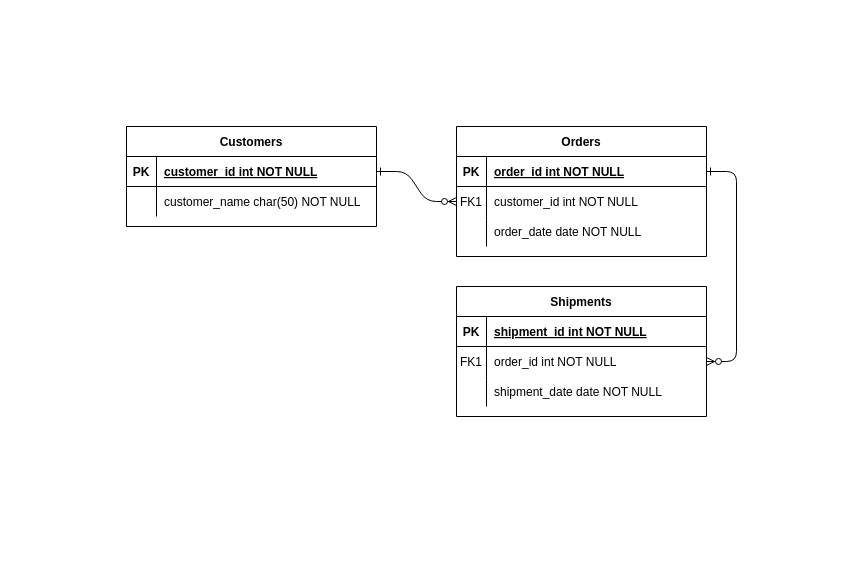
Above: MusicStore.drawio in romiraxp/DBCreation (draw.io), before the change. Source tidied: cells renumbered, new cells numbered last; positions are measured from the earlier drawing's top-left corner, leaving out a move shared by most shapes. Both pictures are drawn from the tidied source at 100%, with x=0, y=0 at pixel (126, 126).
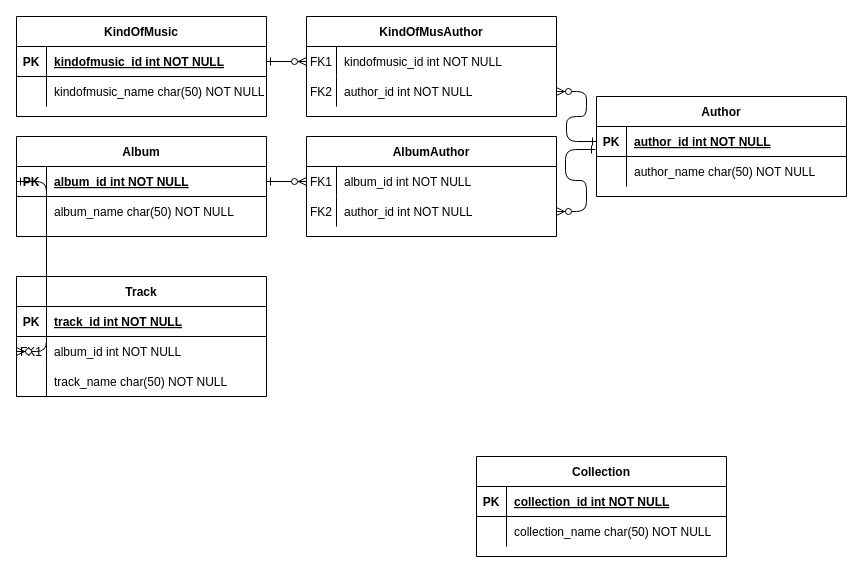
The same page after the edit.

Unchanged cells that the change refers to:
```xml
<mxCell id="5" style="shape=partialRectangle;fillColor=none;points=[[0,0.5],[1,0.5]];portConstraint=eastwest;top=0;left=0;right=0;bottom=1;" parent="4" vertex="1">
  <mxGeometry y="30" width="250" height="30" as="geometry" />
</mxCell>
<mxCell id="8" style="shape=partialRectangle;fillColor=none;points=[[0,0.5],[1,0.5]];portConstraint=eastwest;top=0;left=0;right=0;bottom=0;" parent="4" vertex="1">
  <mxGeometry y="60" width="250" height="30" as="geometry" />
</mxCell>
<mxCell id="15" style="shape=partialRectangle;fillColor=none;top=0;left=0;right=0;bottom=1;" parent="14" vertex="1">
  <mxGeometry y="30" width="250" height="30" as="geometry" />
</mxCell>
<mxCell id="18" style="shape=partialRectangle;fillColor=none;points=[[0,0.5],[1,0.5]];portConstraint=eastwest;top=0;left=0;right=0;bottom=0;" parent="14" vertex="1">
  <mxGeometry y="60" width="250" height="30" as="geometry" />
</mxCell>
<mxCell id="25" style="shape=partialRectangle;fillColor=none;points=[[0,0.5],[1,0.5]];portConstraint=eastwest;top=0;left=0;right=0;bottom=1;" parent="24" vertex="1">
  <mxGeometry y="30" width="250" height="30" as="geometry" />
</mxCell>
<mxCell id="28" style="shape=partialRectangle;fillColor=none;top=0;left=0;right=0;bottom=0;" parent="24" vertex="1">
  <mxGeometry y="60" width="250" height="30" as="geometry" />
</mxCell>
```

Change to the diagram source:
```diff
@@
-    <mxCell id="2" style="edgeStyle=entityRelationEdgeStyle;endArrow=ERzeroToMany;startArrow=ERone;endFill=1;startFill=0;" parent="1" edge="1" source="25" target="8">
-      <mxGeometry relative="1" as="geometry" />
-    </mxCell>
-    <mxCell id="3" style="edgeStyle=entityRelationEdgeStyle;endArrow=ERzeroToMany;startArrow=ERone;endFill=1;startFill=0;" parent="1" edge="1" source="5" target="18">
-      <mxGeometry relative="1" as="geometry" />
-    </mxCell>
-    <mxCell id="4" value="Orders" style="shape=table;startSize=30;childLayout=tableLayout;rowLines=0;fontStyle=1;align=center;" parent="1" vertex="1">
-      <mxGeometry x="330" width="250" height="130" as="geometry" />
+    <mxCell id="4" value="Album" style="shape=table;startSize=30;childLayout=tableLayout;rowLines=0;fontStyle=1;align=center;" parent="1" vertex="1">
+      <mxGeometry x="-110" y="10" width="250" height="100" as="geometry" />
     </mxCell>
@@
-    <mxCell id="7" value="order_id int NOT NULL " style="shape=partialRectangle;overflow=hidden;fillColor=none;top=0;left=0;bottom=0;right=0;align=left;spacingLeft=6;fontStyle=5;" parent="5" vertex="1">
+    <mxCell id="7" value="album_id int NOT NULL " style="shape=partialRectangle;overflow=hidden;fillColor=none;top=0;left=0;bottom=0;right=0;align=left;spacingLeft=6;fontStyle=5;" parent="5" vertex="1">
       <mxGeometry x="30" width="220" height="30" as="geometry" />
     </mxCell>
@@
-    <mxCell id="9" value="FK1" style="shape=partialRectangle;overflow=hidden;fillColor=none;top=0;left=0;bottom=0;right=0;" parent="8" vertex="1">
+    <mxCell id="9" style="shape=partialRectangle;overflow=hidden;fillColor=none;top=0;left=0;bottom=0;right=0;" parent="8" vertex="1">
       <mxGeometry width="30" height="30" as="geometry" />
     </mxCell>
-    <mxCell id="10" value="customer_id int NOT NULL" style="shape=partialRectangle;overflow=hidden;fillColor=none;top=0;left=0;bottom=0;right=0;align=left;spacingLeft=6;" parent="8" vertex="1">
+    <mxCell id="10" value="album_name char(50) NOT NULL" style="shape=partialRectangle;overflow=hidden;fillColor=none;top=0;left=0;bottom=0;right=0;align=left;spacingLeft=6;" parent="8" vertex="1">
       <mxGeometry x="30" width="220" height="30" as="geometry" />
     </mxCell>
-    <mxCell id="11" style="shape=partialRectangle;fillColor=none;top=0;left=0;right=0;bottom=0;" parent="4" vertex="1">
-      <mxGeometry y="90" width="250" height="30" as="geometry" />
-    </mxCell>
-    <mxCell id="12" style="shape=partialRectangle;overflow=hidden;fillColor=none;top=0;left=0;bottom=0;right=0;" parent="11" vertex="1">
-      <mxGeometry width="30" height="30" as="geometry" />
-    </mxCell>
-    <mxCell id="13" value="order_date date NOT NULL" style="shape=partialRectangle;overflow=hidden;fillColor=none;top=0;left=0;bottom=0;right=0;align=left;spacingLeft=6;" parent="11" vertex="1">
-      <mxGeometry x="30" width="220" height="30" as="geometry" />
-    </mxCell>
-    <mxCell id="14" value="Shipments" style="shape=table;startSize=30;childLayout=tableLayout;rowLines=0;fontStyle=1;align=center;" parent="1" vertex="1">
-      <mxGeometry x="330" y="160" width="250" height="130" as="geometry" />
+    <mxCell id="14" value="Collection" style="shape=table;startSize=30;childLayout=tableLayout;rowLines=0;fontStyle=1;align=center;" parent="1" vertex="1">
+      <mxGeometry x="350" y="330" width="250" height="100" as="geometry" />
     </mxCell>
@@
-    <mxCell id="17" value="shipment_id int NOT NULL " style="shape=partialRectangle;overflow=hidden;fillColor=none;top=0;left=0;bottom=0;right=0;align=left;spacingLeft=6;fontStyle=5;" parent="15" vertex="1">
+    <mxCell id="17" value="collection_id int NOT NULL " style="shape=partialRectangle;overflow=hidden;fillColor=none;top=0;left=0;bottom=0;right=0;align=left;spacingLeft=6;fontStyle=5;" parent="15" vertex="1">
       <mxGeometry x="30" width="220" height="30" as="geometry" />
     </mxCell>
@@
-    <mxCell id="19" value="FK1" style="shape=partialRectangle;overflow=hidden;fillColor=none;top=0;left=0;bottom=0;right=0;" parent="18" vertex="1">
+    <mxCell id="19" style="shape=partialRectangle;overflow=hidden;fillColor=none;top=0;left=0;bottom=0;right=0;" parent="18" vertex="1">
       <mxGeometry width="30" height="30" as="geometry" />
     </mxCell>
-    <mxCell id="20" value="order_id int NOT NULL" style="shape=partialRectangle;overflow=hidden;fillColor=none;top=0;left=0;bottom=0;right=0;align=left;spacingLeft=6;" parent="18" vertex="1">
+    <mxCell id="20" value="collection_name char(50) NOT NULL" style="shape=partialRectangle;overflow=hidden;fillColor=none;top=0;left=0;bottom=0;right=0;align=left;spacingLeft=6;" parent="18" vertex="1">
       <mxGeometry x="30" width="220" height="30" as="geometry" />
     </mxCell>
-    <mxCell id="21" style="shape=partialRectangle;fillColor=none;top=0;left=0;right=0;bottom=0;" parent="14" vertex="1">
-      <mxGeometry y="90" width="250" height="30" as="geometry" />
-    </mxCell>
-    <mxCell id="22" style="shape=partialRectangle;overflow=hidden;fillColor=none;top=0;left=0;bottom=0;right=0;" parent="21" vertex="1">
-      <mxGeometry width="30" height="30" as="geometry" />
-    </mxCell>
-    <mxCell id="23" value="shipment_date date NOT NULL" style="shape=partialRectangle;overflow=hidden;fillColor=none;top=0;left=0;bottom=0;right=0;align=left;spacingLeft=6;" parent="21" vertex="1">
-      <mxGeometry x="30" width="220" height="30" as="geometry" />
-    </mxCell>
-    <mxCell id="24" value="Customers" style="shape=table;startSize=30;childLayout=tableLayout;rowLines=0;fontStyle=1;align=center;" parent="1" vertex="1">
-      <mxGeometry width="250" height="100" as="geometry" />
+    <mxCell id="24" value="KindOfMusic" style="shape=table;startSize=30;childLayout=tableLayout;rowLines=0;fontStyle=1;align=center;" parent="1" vertex="1">
+      <mxGeometry x="-110" y="-110" width="250" height="100" as="geometry" />
     </mxCell>
@@
-    <mxCell id="27" value="customer_id int NOT NULL " style="shape=partialRectangle;overflow=hidden;fillColor=none;top=0;left=0;bottom=0;right=0;align=left;spacingLeft=6;fontStyle=5;" parent="25" vertex="1">
+    <mxCell id="27" value="kindofmusic_id int NOT NULL " style="shape=partialRectangle;overflow=hidden;fillColor=none;top=0;left=0;bottom=0;right=0;align=left;spacingLeft=6;fontStyle=5;" parent="25" vertex="1">
       <mxGeometry x="30" width="220" height="30" as="geometry" />
     </mxCell>
@@
-    <mxCell id="30" value="customer_name char(50) NOT NULL" style="shape=partialRectangle;overflow=hidden;fillColor=none;top=0;left=0;bottom=0;right=0;align=left;spacingLeft=6;" parent="28" vertex="1">
+    <mxCell id="30" value="kindofmusic_name char(50) NOT NULL" style="shape=partialRectangle;overflow=hidden;fillColor=none;top=0;left=0;bottom=0;right=0;align=left;spacingLeft=6;" parent="28" vertex="1">
       <mxGeometry x="30" width="220" height="30" as="geometry" />
     </mxCell>
+    <mxCell id="31" value="Author" style="shape=table;startSize=30;childLayout=tableLayout;rowLines=0;fontStyle=1;align=center;" parent="1" vertex="1">
+      <mxGeometry x="470" y="-30" width="250" height="100" as="geometry" />
+    </mxCell>
+    <mxCell id="32" style="shape=partialRectangle;fillColor=none;points=[[0,0.5],[1,0.5]];portConstraint=eastwest;top=0;left=0;right=0;bottom=1;" parent="31" vertex="1">
+      <mxGeometry y="30" width="250" height="30" as="geometry" />
+    </mxCell>
+    <mxCell id="33" value="PK" style="shape=partialRectangle;overflow=hidden;fillColor=none;top=0;left=0;bottom=0;right=0;fontStyle=1;" parent="32" vertex="1">
+      <mxGeometry width="30" height="30" as="geometry" />
+    </mxCell>
+    <mxCell id="34" value="author_id int NOT NULL " style="shape=partialRectangle;overflow=hidden;fillColor=none;top=0;left=0;bottom=0;right=0;align=left;spacingLeft=6;fontStyle=5;" parent="32" vertex="1">
+      <mxGeometry x="30" width="220" height="30" as="geometry" />
+    </mxCell>
+    <mxCell id="35" style="shape=partialRectangle;fillColor=none;top=0;left=0;right=0;bottom=0;" parent="31" vertex="1">
+      <mxGeometry y="60" width="250" height="30" as="geometry" />
+    </mxCell>
+    <mxCell id="36" style="shape=partialRectangle;overflow=hidden;fillColor=none;top=0;left=0;bottom=0;right=0;" parent="35" vertex="1">
+      <mxGeometry width="30" height="30" as="geometry" />
+    </mxCell>
+    <mxCell id="37" value="author_name char(50) NOT NULL" style="shape=partialRectangle;overflow=hidden;fillColor=none;top=0;left=0;bottom=0;right=0;align=left;spacingLeft=6;" parent="35" vertex="1">
+      <mxGeometry x="30" width="220" height="30" as="geometry" />
+    </mxCell>
+    <mxCell id="38" style="edgeStyle=entityRelationEdgeStyle;endArrow=ERzeroToMany;startArrow=ERone;endFill=1;startFill=0;exitX=1;exitY=0.5;exitDx=0;exitDy=0;" parent="1" edge="1" source="25" target="40">
+      <mxGeometry relative="1" as="geometry">
+        <Array as="points">
+          <mxPoint x="250" y="425" />
+        </Array>
+      </mxGeometry>
+    </mxCell>
+    <mxCell id="39" value="KindOfMusAuthor" style="shape=table;startSize=30;childLayout=tableLayout;rowLines=0;fontStyle=1;align=center;" parent="1" vertex="1">
+      <mxGeometry x="180" y="-110" width="250" height="100" as="geometry" />
+    </mxCell>
+    <mxCell id="40" style="shape=partialRectangle;fillColor=none;points=[[0,0.5],[1,0.5]];portConstraint=eastwest;top=0;left=0;right=0;bottom=0;" parent="39" vertex="1">
+      <mxGeometry y="30" width="250" height="30" as="geometry" />
+    </mxCell>
+    <mxCell id="41" value="FK1" style="shape=partialRectangle;overflow=hidden;fillColor=none;top=0;left=0;bottom=0;right=0;" parent="40" vertex="1">
+      <mxGeometry width="30" height="30" as="geometry" />
+    </mxCell>
+    <mxCell id="42" value="kindofmusic_id int NOT NULL" style="shape=partialRectangle;overflow=hidden;fillColor=none;top=0;left=0;bottom=0;right=0;align=left;spacingLeft=6;fontStyle=0;" parent="40" vertex="1">
+      <mxGeometry x="30" width="220" height="30" as="geometry" />
+    </mxCell>
+    <mxCell id="43" style="shape=partialRectangle;fillColor=none;points=[[0,0.5],[1,0.5]];portConstraint=eastwest;top=0;left=0;right=0;bottom=0;" parent="39" vertex="1">
+      <mxGeometry y="60" width="250" height="30" as="geometry" />
+    </mxCell>
+    <mxCell id="44" value="FK2" style="shape=partialRectangle;overflow=hidden;fillColor=none;top=0;left=0;bottom=0;right=0;" parent="43" vertex="1">
+      <mxGeometry width="30" height="30" as="geometry" />
+    </mxCell>
+    <mxCell id="45" value="author_id int NOT NULL" style="shape=partialRectangle;overflow=hidden;fillColor=none;top=0;left=0;bottom=0;right=0;align=left;spacingLeft=6;" parent="43" vertex="1">
+      <mxGeometry x="30" width="220" height="30" as="geometry" />
+    </mxCell>
+    <mxCell id="46" style="edgeStyle=entityRelationEdgeStyle;endArrow=ERzeroToMany;startArrow=ERone;endFill=1;startFill=0;exitX=0;exitY=0.5;exitDx=0;exitDy=0;" parent="1" edge="1" source="32" target="43">
+      <mxGeometry relative="1" as="geometry">
+        <Array as="points">
+          <mxPoint x="460" y="10" />
+          <mxPoint x="390" y="610" />
+        </Array>
+      </mxGeometry>
+    </mxCell>
+    <mxCell id="47" style="edgeStyle=entityRelationEdgeStyle;endArrow=ERzeroToMany;startArrow=ERone;endFill=1;startFill=0;exitX=-0.004;exitY=0.767;exitDx=0;exitDy=0;exitPerimeter=0;" parent="1" edge="1" source="32" target="52">
+      <mxGeometry relative="1" as="geometry">
+        <Array as="points">
+          <mxPoint x="630" y="10" />
+          <mxPoint x="650" y="40" />
+        </Array>
+      </mxGeometry>
+    </mxCell>
+    <mxCell id="48" value="AlbumAuthor" style="shape=table;startSize=30;childLayout=tableLayout;rowLines=0;fontStyle=1;align=center;" parent="1" vertex="1">
+      <mxGeometry x="180" y="10" width="250" height="100" as="geometry" />
+    </mxCell>
+    <mxCell id="49" style="shape=partialRectangle;fillColor=none;points=[[0,0.5],[1,0.5]];portConstraint=eastwest;top=0;left=0;right=0;bottom=0;" parent="48" vertex="1">
+      <mxGeometry y="30" width="250" height="30" as="geometry" />
+    </mxCell>
+    <mxCell id="50" value="FK1" style="shape=partialRectangle;overflow=hidden;fillColor=none;top=0;left=0;bottom=0;right=0;" parent="49" vertex="1">
+      <mxGeometry width="30" height="30" as="geometry" />
+    </mxCell>
+    <mxCell id="51" value="album_id int NOT NULL" style="shape=partialRectangle;overflow=hidden;fillColor=none;top=0;left=0;bottom=0;right=0;align=left;spacingLeft=6;fontStyle=0;" parent="49" vertex="1">
+      <mxGeometry x="30" width="220" height="30" as="geometry" />
+    </mxCell>
+    <mxCell id="52" style="shape=partialRectangle;fillColor=none;points=[[0,0.5],[1,0.5]];portConstraint=eastwest;top=0;left=0;right=0;bottom=0;" parent="48" vertex="1">
+      <mxGeometry y="60" width="250" height="30" as="geometry" />
+    </mxCell>
+    <mxCell id="53" value="FK2" style="shape=partialRectangle;overflow=hidden;fillColor=none;top=0;left=0;bottom=0;right=0;" parent="52" vertex="1">
+      <mxGeometry width="30" height="30" as="geometry" />
+    </mxCell>
+    <mxCell id="54" value="author_id int NOT NULL" style="shape=partialRectangle;overflow=hidden;fillColor=none;top=0;left=0;bottom=0;right=0;align=left;spacingLeft=6;" parent="52" vertex="1">
+      <mxGeometry x="30" width="220" height="30" as="geometry" />
+    </mxCell>
+    <mxCell id="55" style="edgeStyle=entityRelationEdgeStyle;endArrow=ERzeroToMany;startArrow=ERone;endFill=1;startFill=0;exitX=1;exitY=0.5;exitDx=0;exitDy=0;" parent="1" edge="1" source="5" target="49">
+      <mxGeometry relative="1" as="geometry">
+        <Array as="points">
+          <mxPoint x="270" y="740" />
+        </Array>
+      </mxGeometry>
+    </mxCell>
+    <mxCell id="56" value="Track" style="shape=table;startSize=30;childLayout=tableLayout;rowLines=0;fontStyle=1;align=center;" parent="1" vertex="1">
+      <mxGeometry x="-110" y="150" width="250" height="120" as="geometry" />
+    </mxCell>
+    <mxCell id="57" style="shape=partialRectangle;fillColor=none;top=0;left=0;right=0;bottom=1;" parent="56" vertex="1">
+      <mxGeometry y="30" width="250" height="30" as="geometry" />
+    </mxCell>
+    <mxCell id="58" value="PK" style="shape=partialRectangle;overflow=hidden;fillColor=none;top=0;left=0;bottom=0;right=0;fontStyle=1;" parent="57" vertex="1">
+      <mxGeometry width="30" height="30" as="geometry" />
+    </mxCell>
+    <mxCell id="59" value="track_id int NOT NULL " style="shape=partialRectangle;overflow=hidden;fillColor=none;top=0;left=0;bottom=0;right=0;align=left;spacingLeft=6;fontStyle=5;" parent="57" vertex="1">
+      <mxGeometry x="30" width="220" height="30" as="geometry" />
+    </mxCell>
+    <mxCell id="60" style="shape=partialRectangle;fillColor=none;points=[[0,0.5],[1,0.5]];portConstraint=eastwest;top=0;left=0;right=0;bottom=0;" parent="56" vertex="1">
+      <mxGeometry y="60" width="250" height="30" as="geometry" />
+    </mxCell>
+    <mxCell id="61" value="FK1" style="shape=partialRectangle;overflow=hidden;fillColor=none;top=0;left=0;bottom=0;right=0;" parent="60" vertex="1">
+      <mxGeometry width="30" height="30" as="geometry" />
+    </mxCell>
+    <mxCell id="62" value="album_id int NOT NULL" style="shape=partialRectangle;overflow=hidden;fillColor=none;top=0;left=0;bottom=0;right=0;align=left;spacingLeft=6;" parent="60" vertex="1">
+      <mxGeometry x="30" width="220" height="30" as="geometry" />
+    </mxCell>
+    <mxCell id="63" style="shape=partialRectangle;fillColor=none;top=0;left=0;right=0;bottom=0;" parent="56" vertex="1">
+      <mxGeometry y="90" width="250" height="30" as="geometry" />
+    </mxCell>
+    <mxCell id="64" style="shape=partialRectangle;overflow=hidden;fillColor=none;top=0;left=0;bottom=0;right=0;" parent="63" vertex="1">
+      <mxGeometry width="30" height="30" as="geometry" />
+    </mxCell>
+    <mxCell id="65" value="track_name char(50) NOT NULL" style="shape=partialRectangle;overflow=hidden;fillColor=none;top=0;left=0;bottom=0;right=0;align=left;spacingLeft=6;" parent="63" vertex="1">
+      <mxGeometry x="30" width="220" height="30" as="geometry" />
+    </mxCell>
+    <mxCell id="66" style="edgeStyle=entityRelationEdgeStyle;endArrow=ERzeroToMany;startArrow=ERone;endFill=1;startFill=0;exitX=0;exitY=0.5;exitDx=0;exitDy=0;entryX=0;entryY=0.5;entryDx=0;entryDy=0;" parent="1" edge="1" source="5" target="60">
+      <mxGeometry relative="1" as="geometry" />
+    </mxCell>
```
